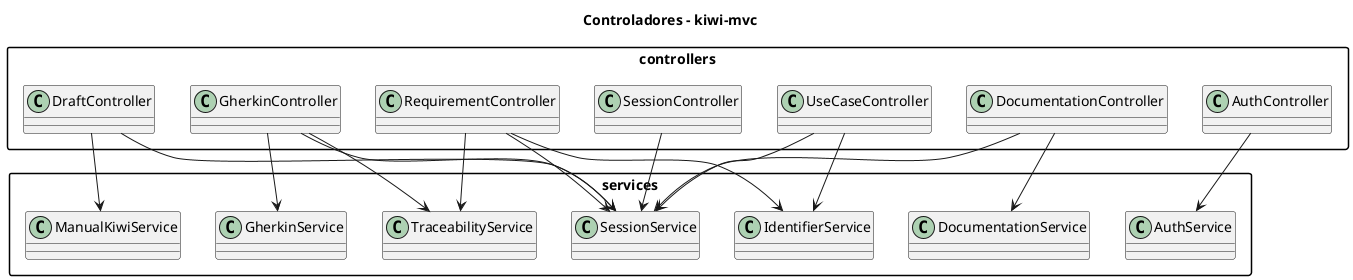
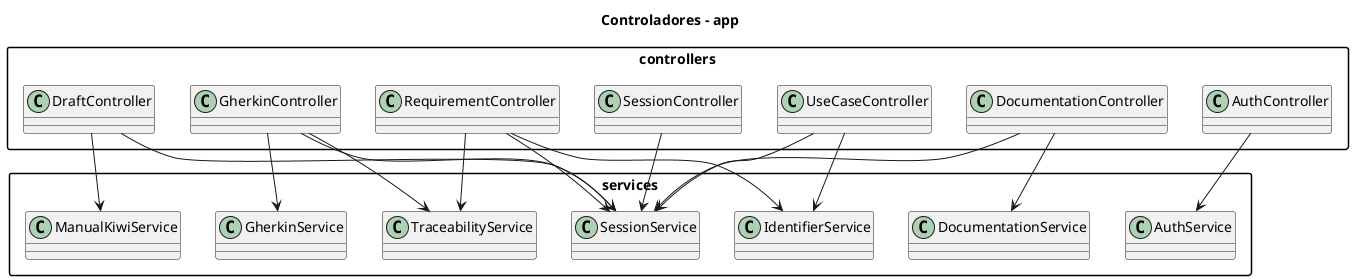
@startuml
skinparam packageStyle rectangle
skinparam shadowing false
skinparam classAttributeIconSize 0

- title Controladores - kiwi-mvc
+ title Controladores - app

package "controllers" {

  class AuthController
  class SessionController
  class DocumentationController
  class UseCaseController
  class RequirementController
  class GherkinController
  class DraftController
}

package "services" {

  class AuthService
  class SessionService
  class DocumentationService
  class GherkinService
  class IdentifierService
  class TraceabilityService
  class ManualKiwiService
}

AuthController --> AuthService

SessionController --> SessionService

DocumentationController --> DocumentationService
DocumentationController --> SessionService

UseCaseController --> SessionService
UseCaseController --> IdentifierService

RequirementController --> SessionService
RequirementController --> IdentifierService
RequirementController --> TraceabilityService

GherkinController --> GherkinService
GherkinController --> SessionService
GherkinController --> TraceabilityService

DraftController --> SessionService
DraftController --> ManualKiwiService

@enduml
